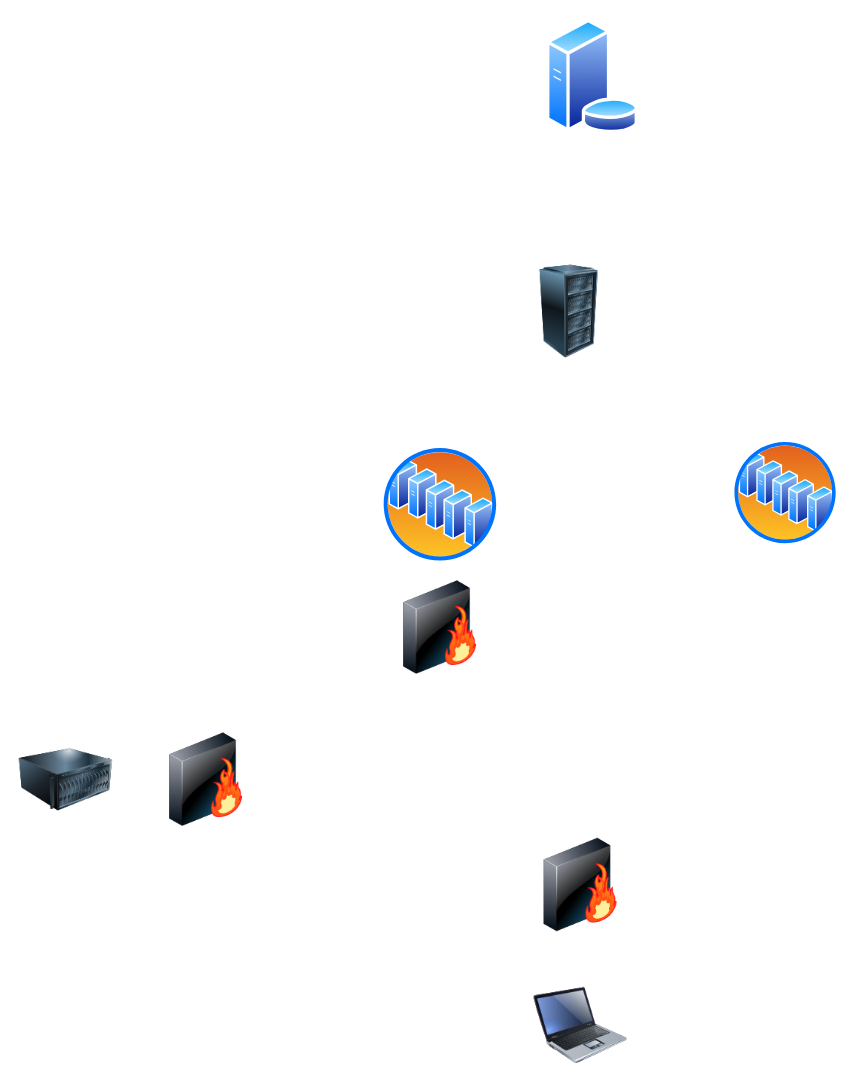
getdaniel/alx-system_engineering-devops keeps this draw.io diagram as 0x11-what_happens_when_your_type_google_com_in_your_browser_and_press_enter/Untitled Diagram.drawio. Above is the earlier version. Source tidied: cells renumbered, new cells numbered last; positions are measured from the earlier drawing's top-left corner, leaving out a move shared by most shapes. Both pictures are drawn from the tidied source at 117%, with x=0, y=0 at pixel (19, 19).
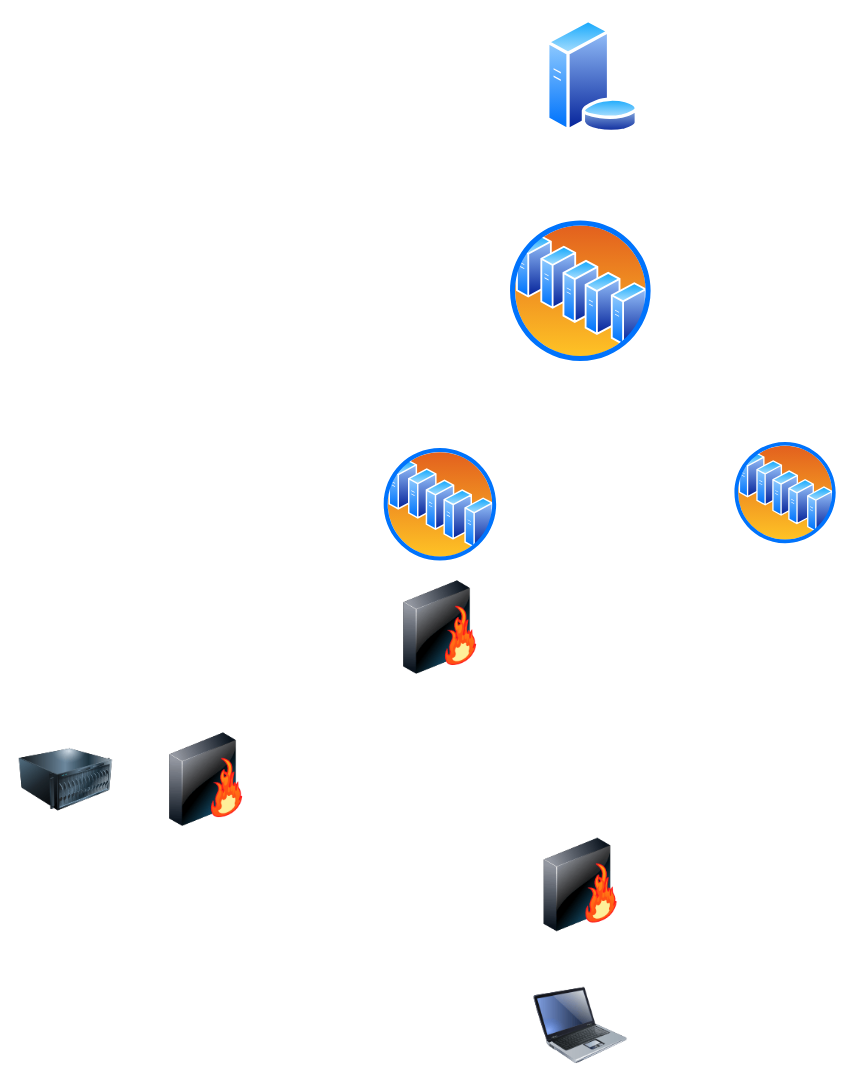
The same page after the edit.

Change to the diagram source:
```diff
@@
 <mxGraphModel>
   <root>
     <mxCell id="0" />
     <mxCell id="1" parent="0" />
     <mxCell id="2" style="image;html=1;image=img/lib/clip_art/computers/Laptop_128x128.png;" parent="1" vertex="1">
       <mxGeometry x="440" y="820" width="80" height="80" as="geometry" />
     </mxCell>
     <mxCell id="3" style="image;html=1;image=img/lib/clip_art/computers/Server_128x128.png;" parent="1" vertex="1">
       <mxGeometry y="610" width="80" height="80" as="geometry" />
     </mxCell>
     <mxCell id="4" style="image;html=1;image=img/lib/clip_art/networking/Firewall-page1_128x128.png;" parent="1" vertex="1">
       <mxGeometry x="440" y="700" width="80" height="80" as="geometry" />
     </mxCell>
     <mxCell id="5" style="image;html=1;image=img/lib/clip_art/networking/Firewall-page1_128x128.png;" parent="1" vertex="1">
       <mxGeometry x="120" y="610" width="80" height="80" as="geometry" />
     </mxCell>
     <mxCell id="6" style="image;html=1;image=img/lib/clip_art/networking/Firewall-page1_128x128.png;" parent="1" vertex="1">
       <mxGeometry x="320" y="480" width="80" height="80" as="geometry" />
     </mxCell>
-    <mxCell id="7" style="image;html=1;image=img/lib/clip_art/computers/Server_Rack_128x128.png;" parent="1" vertex="1">
-      <mxGeometry x="430" y="210" width="80" height="80" as="geometry" />
-    </mxCell>
     <mxCell id="8" style="perimeter=ellipsePerimeter;html=1;align=center;shadow=0;dashed=0;spacingTop=3;image;image=img/lib/active_directory/server_farm.svg;" parent="1" vertex="1">
       <mxGeometry x="610" y="360" width="90" height="90" as="geometry" />
     </mxCell>
     <mxCell id="9" style="perimeter=ellipsePerimeter;html=1;align=center;shadow=0;dashed=0;spacingTop=3;image;image=img/lib/active_directory/server_farm.svg;" parent="1" vertex="1">
       <mxGeometry x="310" y="365" width="100" height="100" as="geometry" />
     </mxCell>
     <mxCell id="10" style="perimeter=ellipsePerimeter;html=1;align=center;shadow=0;dashed=0;spacingTop=3;image;image=img/lib/active_directory/database_server.svg;" parent="1" vertex="1">
       <mxGeometry x="450" width="80" height="97.6" as="geometry" />
     </mxCell>
+    <mxCell id="11" style="perimeter=ellipsePerimeter;html=1;align=center;shadow=0;dashed=0;spacingTop=3;image;image=img/lib/active_directory/server_farm.svg;" parent="1" vertex="1">
+      <mxGeometry x="417.5" y="170" width="125" height="125" as="geometry" />
+    </mxCell>
   </root>
 </mxGraphModel>
```
